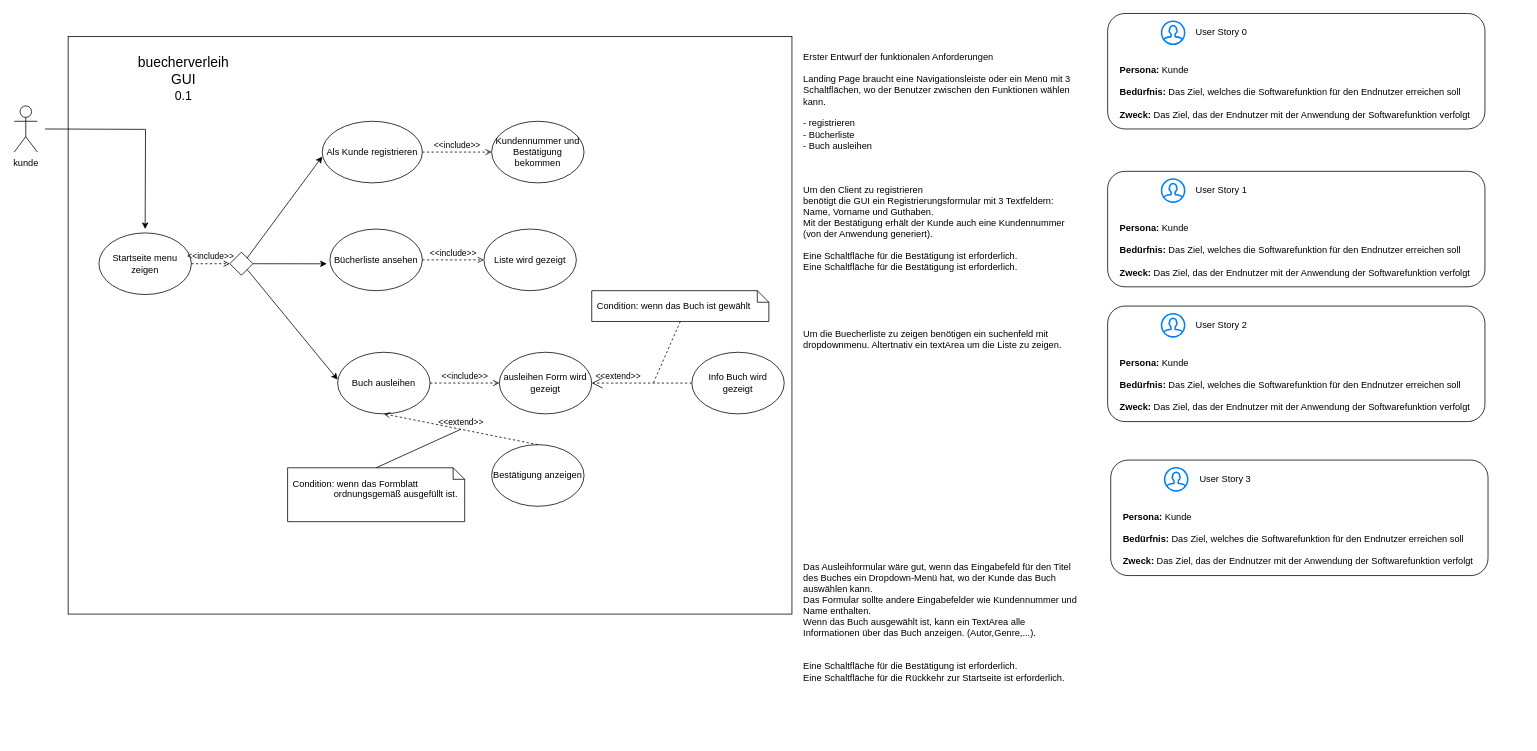
Before: Buechverleih.drawio in marcogara/WBS_60.1, a draw.io diagram. Source tidied: cells renumbered, new cells numbered last; positions are measured from the earlier drawing's top-left corner, leaving out a move shared by most shapes. Both pictures are drawn from the tidied source at 77%, with x=0, y=0 at pixel (14, 13).
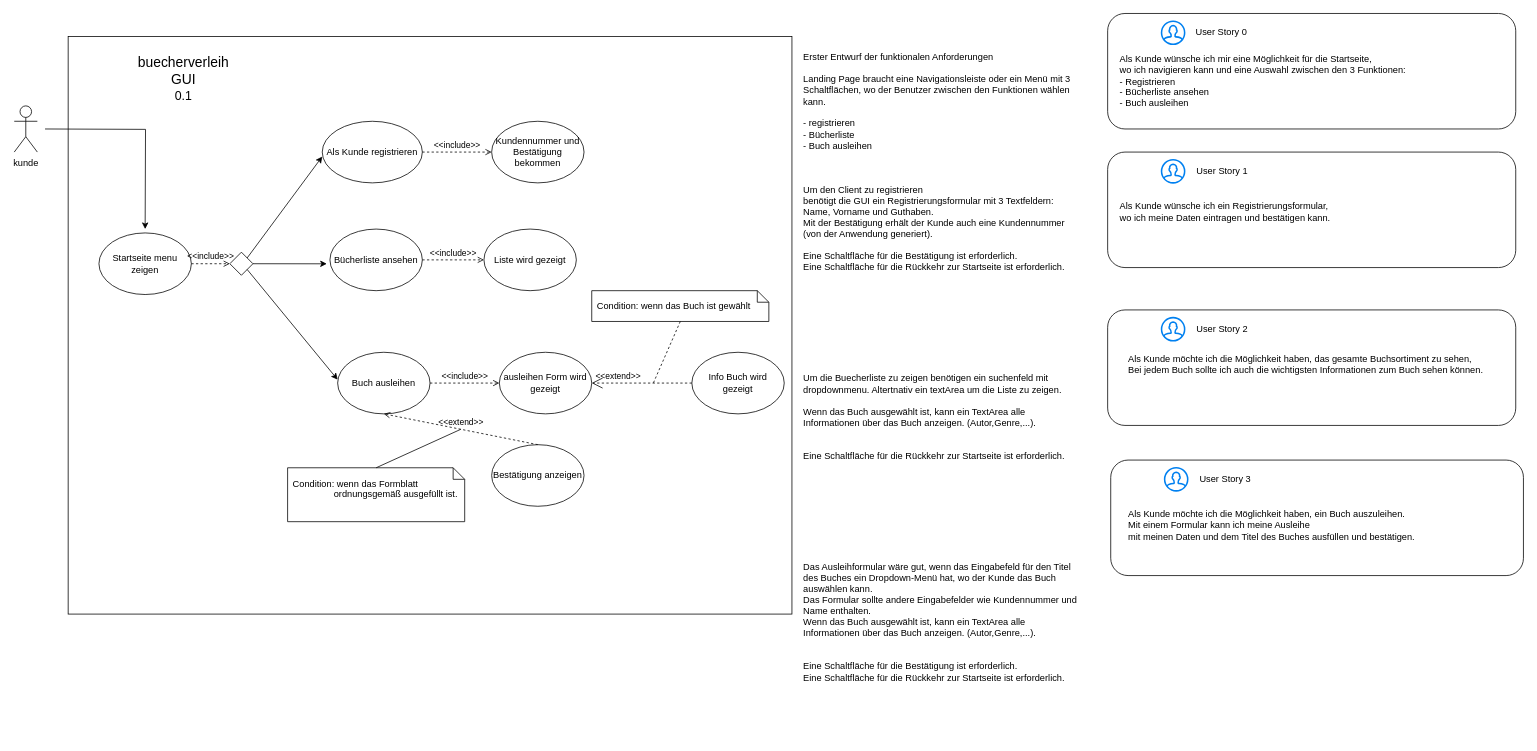
After the change.

Commit message (it also covers changes not shown here):
add jpeg update user story in Buechverleih Project

What changed in the source:
```diff
@@
     <mxCell id="2" style="rounded=1;whiteSpace=wrap;html=1;" parent="1" vertex="1">
-      <mxGeometry x="1420" width="490" height="150" as="geometry" />
+      <mxGeometry x="1420" width="530" height="150" as="geometry" />
     </mxCell>
@@
-    <mxCell id="15" value="&lt;div&gt;Erster Entwurf der funktionalen Anforderungen&lt;/div&gt;&lt;div&gt;&lt;br&gt;&lt;/div&gt;&lt;div&gt;Landing Page braucht eine Navigationsleiste oder ein Menü mit 3 Schaltflächen, wo der Benutzer zwischen den Funktionen wählen kann.&lt;br&gt;&lt;br&gt;&lt;/div&gt;&lt;div&gt;- registrieren &lt;br&gt;&lt;/div&gt;&lt;div&gt;- Bücherliste &lt;br&gt;&lt;/div&gt;&lt;div&gt;- Buch ausleihen &lt;br&gt;&lt;/div&gt;&lt;div&gt;&lt;br&gt;&lt;/div&gt;&lt;br&gt;&lt;div&gt;&lt;br&gt;&lt;/div&gt;&lt;div&gt;Um den Client zu registrieren&lt;/div&gt;benötigt die GUI ein Registrierungsformular mit 3 Textfeldern: Name, Vorname und Guthaben.&lt;br&gt;&lt;div&gt;Mit der Bestätigung erhält der Kunde auch eine Kundennummer (von der Anwendung generiert).&lt;/div&gt;&lt;div&gt;&lt;br&gt;&lt;/div&gt;&lt;div&gt;Eine Schaltfläche für die Bestätigung ist erforderlich.&lt;/div&gt;&lt;div&gt;Eine Schaltfläche für die Bestätigung ist erforderlich.&lt;/div&gt;&lt;br&gt;&lt;br&gt;&lt;div&gt;&lt;br&gt;&lt;/div&gt;&lt;div&gt;&lt;br&gt;&lt;/div&gt;&lt;div&gt;&lt;br&gt;&lt;/div&gt;&lt;div&gt;Um die Buecherliste zu zeigen benötigen ein suchenfeld mit dropdownmenu. Altertnativ ein textArea um die Liste zu zeigen. &lt;br&gt;&lt;/div&gt;&lt;div&gt;&lt;br&gt;&lt;/div&gt;&lt;div&gt;&lt;br&gt;&lt;/div&gt;&lt;div&gt;&lt;br&gt;&lt;/div&gt;&lt;div&gt;&lt;br&gt;&lt;/div&gt;&lt;div&gt;&lt;br&gt;&lt;/div&gt;&lt;div&gt;&lt;br&gt;&lt;/div&gt;&lt;div&gt;&lt;br&gt;&lt;/div&gt;&lt;div&gt;&lt;br&gt;&lt;/div&gt;&lt;div&gt;&lt;br&gt;&lt;/div&gt;&lt;div&gt;&lt;br&gt;&lt;/div&gt;&lt;div&gt;&lt;br&gt;&lt;/div&gt;&lt;div&gt;&lt;br&gt;&lt;/div&gt;&lt;div&gt;&lt;br&gt;&lt;/div&gt;&lt;div&gt;&lt;br&gt;&lt;/div&gt;&lt;div&gt;&lt;br&gt;&lt;/div&gt;&lt;div&gt;&lt;br&gt;&lt;/div&gt;&lt;div&gt;&lt;br&gt;&lt;/div&gt;&lt;div&gt;&lt;br&gt;&lt;/div&gt;&lt;div&gt;&lt;br&gt;&lt;/div&gt;Das Ausleihformular wäre gut, wenn das Eingabefeld für den Titel des Buches ein Dropdown-Menü hat, wo der Kunde das Buch auswählen kann.&lt;br&gt;Das Formular sollte andere Eingabefelder wie Kundennummer und Name enthalten.&lt;br&gt;&lt;div&gt;Wenn das Buch ausgewählt ist, kann ein TextArea alle Informationen über das Buch anzeigen. (Autor,Genre,...).&lt;/div&gt;&lt;br&gt;&lt;div&gt;&lt;br&gt;&lt;/div&gt;&lt;div&gt;Eine Schaltfläche für die Bestätigung ist erforderlich.&lt;/div&gt;&lt;div&gt;Eine Schaltfläche für die Rückkehr zur Startseite ist erforderlich.&lt;br&gt;&lt;br&gt;&lt;br&gt;&lt;br&gt;&lt;br&gt;&lt;br&gt;&lt;/div&gt;" style="text;html=1;strokeColor=none;fillColor=none;spacing=5;spacingTop=-20;whiteSpace=wrap;overflow=hidden;rounded=0;" parent="1" vertex="1">
+    <mxCell id="15" value="&lt;div&gt;Erster Entwurf der funktionalen Anforderungen&lt;/div&gt;&lt;div&gt;&lt;br&gt;&lt;/div&gt;&lt;div&gt;Landing Page braucht eine Navigationsleiste oder ein Menü mit 3 Schaltflächen, wo der Benutzer zwischen den Funktionen wählen kann.&lt;br&gt;&lt;br&gt;&lt;/div&gt;&lt;div&gt;- registrieren &lt;br&gt;&lt;/div&gt;&lt;div&gt;- Bücherliste &lt;br&gt;&lt;/div&gt;&lt;div&gt;- Buch ausleihen &lt;br&gt;&lt;/div&gt;&lt;div&gt;&lt;br&gt;&lt;/div&gt;&lt;br&gt;&lt;div&gt;&lt;br&gt;&lt;/div&gt;&lt;div&gt;Um den Client zu registrieren&lt;/div&gt;benötigt die GUI ein Registrierungsformular mit 3 Textfeldern: Name, Vorname und Guthaben.&lt;br&gt;&lt;div&gt;Mit der Bestätigung erhält der Kunde auch eine Kundennummer (von der Anwendung generiert).&lt;/div&gt;&lt;div&gt;&lt;br&gt;&lt;/div&gt;&lt;div&gt;Eine Schaltfläche für die Bestätigung ist erforderlich.&lt;/div&gt;&lt;div&gt;Eine Schaltfläche für die Rückkehr zur Startseite ist erforderlich.&lt;/div&gt;&lt;br&gt;&lt;br&gt;&lt;div&gt;&lt;br&gt;&lt;/div&gt;&lt;div&gt;&lt;br&gt;&lt;/div&gt;&lt;div&gt;&lt;br&gt;&lt;/div&gt;&lt;div&gt;&lt;br&gt;&lt;/div&gt;&lt;div&gt;&lt;br&gt;&lt;/div&gt;&lt;div&gt;&lt;br&gt;&lt;/div&gt;&lt;div&gt;&lt;br&gt;&lt;/div&gt;&lt;div&gt;Um die Buecherliste zu zeigen benötigen ein suchenfeld mit dropdownmenu. Altertnativ ein textArea um die Liste zu zeigen. &lt;br&gt;&lt;/div&gt;&lt;div&gt;&lt;br&gt;&lt;/div&gt;&lt;div&gt;Wenn das Buch ausgewählt ist, kann ein TextArea alle Informationen über das Buch anzeigen. (Autor,Genre,...).&lt;/div&gt;&lt;div&gt;&lt;br&gt;&lt;/div&gt;&lt;div&gt;&lt;br&gt;&lt;/div&gt;&lt;div&gt;Eine Schaltfläche für die Rückkehr zur Startseite ist erforderlich.&lt;/div&gt;&lt;div&gt;&lt;br&gt;&lt;/div&gt;&lt;div&gt;&lt;br&gt;&lt;/div&gt;&lt;div&gt;&lt;br&gt;&lt;/div&gt;&lt;div&gt;&lt;br&gt;&lt;/div&gt;&lt;div&gt;&lt;br&gt;&lt;/div&gt;&lt;div&gt;&lt;br&gt;&lt;/div&gt;&lt;div&gt;&lt;br&gt;&lt;/div&gt;&lt;div&gt;&lt;br&gt;&lt;/div&gt;&lt;div&gt;&lt;br&gt;&lt;/div&gt;Das Ausleihformular wäre gut, wenn das Eingabefeld für den Titel des Buches ein Dropdown-Menü hat, wo der Kunde das Buch auswählen kann.&lt;br&gt;Das Formular sollte andere Eingabefelder wie Kundennummer und Name enthalten.&lt;br&gt;&lt;div&gt;Wenn das Buch ausgewählt ist, kann ein TextArea alle Informationen über das Buch anzeigen. (Autor,Genre,...).&lt;/div&gt;&lt;br&gt;&lt;div&gt;&lt;br&gt;&lt;/div&gt;&lt;div&gt;Eine Schaltfläche für die Bestätigung ist erforderlich.&lt;/div&gt;&lt;div&gt;Eine Schaltfläche für die Rückkehr zur Startseite ist erforderlich.&lt;br&gt;&lt;br&gt;&lt;br&gt;&lt;br&gt;&lt;br&gt;&lt;br&gt;&lt;/div&gt;" style="text;html=1;strokeColor=none;fillColor=none;spacing=5;spacingTop=-20;whiteSpace=wrap;overflow=hidden;rounded=0;" parent="1" vertex="1">
       <mxGeometry x="1020" y="60" width="370" height="880" as="geometry" />
     </mxCell>
@@
-    <mxCell id="33" value="&lt;div align=&quot;left&quot;&gt;&lt;b&gt;Persona: &lt;/b&gt;Kunde&lt;br&gt;&lt;/div&gt;&lt;div align=&quot;left&quot;&gt;&lt;br&gt;&lt;/div&gt;&lt;div align=&quot;left&quot;&gt;&lt;b&gt;Bedürfnis: &lt;/b&gt;Das Ziel, welches die Softwarefunktion für den Endnutzer erreichen soll&lt;/div&gt;&lt;div&gt;&lt;br&gt;&lt;/div&gt;&lt;div&gt;&lt;b&gt;Zweck: &lt;/b&gt;Das Ziel, das der Endnutzer mit der Anwendung der Softwarefunktion verfolgt&lt;/div&gt;&lt;div&gt;&lt;br&gt;&lt;/div&gt;" style="text;html=1;align=left;verticalAlign=middle;strokeColor=none;fillColor=none;" parent="1" vertex="1">
-      <mxGeometry x="1434" y="60" width="470" height="100" as="geometry" />
+    <mxCell id="33" value="&lt;div align=&quot;left&quot;&gt;&lt;br&gt;&lt;/div&gt;&lt;div&gt;&lt;br&gt;&lt;/div&gt;Als Kunde wünsche ich mir eine Möglichkeit für die Startseite,&lt;br&gt;wo ich navigieren kann und eine Auswahl zwischen den 3 Funktionen:&lt;br&gt;- Registrieren&lt;br&gt;- Bücherliste ansehen&lt;br&gt;- Buch ausleihen" style="text;html=1;align=left;verticalAlign=middle;strokeColor=none;fillColor=none;" parent="1" vertex="1">
+      <mxGeometry x="1434" y="19" width="390" height="110" as="geometry" />
     </mxCell>
-    <mxCell id="34" style="rounded=1;whiteSpace=wrap;html=1;" parent="1" vertex="1">
-      <mxGeometry x="1420" y="205" width="490" height="150" as="geometry" />
-    </mxCell>
-    <mxCell id="35" style="html=1;verticalLabelPosition=bottom;align=center;labelBackgroundColor=#ffffff;verticalAlign=top;strokeWidth=2;strokeColor=#0080F0;shadow=0;dashed=0;shape=mxgraph.ios7.icons.user;" parent="1" vertex="1">
-      <mxGeometry x="1490" y="215" width="30" height="30" as="geometry" />
-    </mxCell>
-    <mxCell id="36" value="&lt;div&gt;User Story 1&lt;br&gt;&lt;/div&gt;" style="text;html=1;strokeColor=none;fillColor=none;align=center;verticalAlign=middle;whiteSpace=wrap;rounded=0;" parent="1" vertex="1">
-      <mxGeometry x="1508" y="215" width="120" height="30" as="geometry" />
-    </mxCell>
-    <mxCell id="37" value="&lt;div align=&quot;left&quot;&gt;&lt;b&gt;Persona: &lt;/b&gt;Kunde&lt;br&gt;&lt;/div&gt;&lt;div align=&quot;left&quot;&gt;&lt;br&gt;&lt;/div&gt;&lt;div align=&quot;left&quot;&gt;&lt;b&gt;Bedürfnis: &lt;/b&gt;Das Ziel, welches die Softwarefunktion für den Endnutzer erreichen soll&lt;/div&gt;&lt;div&gt;&lt;br&gt;&lt;/div&gt;&lt;div&gt;&lt;b&gt;Zweck: &lt;/b&gt;Das Ziel, das der Endnutzer mit der Anwendung der Softwarefunktion verfolgt&lt;/div&gt;&lt;div&gt;&lt;br&gt;&lt;/div&gt;" style="text;html=1;align=left;verticalAlign=middle;strokeColor=none;fillColor=none;" parent="1" vertex="1">
-      <mxGeometry x="1434" y="265" width="470" height="100" as="geometry" />
-    </mxCell>
-    <mxCell id="38" style="rounded=1;whiteSpace=wrap;html=1;" parent="1" vertex="1">
-      <mxGeometry x="1420" y="380" width="490" height="150" as="geometry" />
-    </mxCell>
-    <mxCell id="39" style="html=1;verticalLabelPosition=bottom;align=center;labelBackgroundColor=#ffffff;verticalAlign=top;strokeWidth=2;strokeColor=#0080F0;shadow=0;dashed=0;shape=mxgraph.ios7.icons.user;" parent="1" vertex="1">
-      <mxGeometry x="1490" y="390" width="30" height="30" as="geometry" />
-    </mxCell>
-    <mxCell id="40" value="&lt;div&gt;User Story 2&lt;br&gt;&lt;/div&gt;" style="text;html=1;strokeColor=none;fillColor=none;align=center;verticalAlign=middle;whiteSpace=wrap;rounded=0;" parent="1" vertex="1">
-      <mxGeometry x="1508" y="390" width="120" height="30" as="geometry" />
-    </mxCell>
-    <mxCell id="41" value="&lt;div align=&quot;left&quot;&gt;&lt;b&gt;Persona: &lt;/b&gt;Kunde&lt;br&gt;&lt;/div&gt;&lt;div align=&quot;left&quot;&gt;&lt;br&gt;&lt;/div&gt;&lt;div align=&quot;left&quot;&gt;&lt;b&gt;Bedürfnis: &lt;/b&gt;Das Ziel, welches die Softwarefunktion für den Endnutzer erreichen soll&lt;/div&gt;&lt;div&gt;&lt;br&gt;&lt;/div&gt;&lt;div&gt;&lt;b&gt;Zweck: &lt;/b&gt;Das Ziel, das der Endnutzer mit der Anwendung der Softwarefunktion verfolgt&lt;/div&gt;&lt;div&gt;&lt;br&gt;&lt;/div&gt;" style="text;html=1;align=left;verticalAlign=middle;strokeColor=none;fillColor=none;" parent="1" vertex="1">
-      <mxGeometry x="1434" y="440" width="470" height="100" as="geometry" />
-    </mxCell>
     <mxCell id="42" style="rounded=1;whiteSpace=wrap;html=1;" parent="1" vertex="1">
-      <mxGeometry x="1424" y="580" width="490" height="150" as="geometry" />
+      <mxGeometry x="1424" y="580" width="536" height="150" as="geometry" />
     </mxCell>
@@
-    <mxCell id="45" value="&lt;div align=&quot;left&quot;&gt;&lt;b&gt;Persona: &lt;/b&gt;Kunde&lt;br&gt;&lt;/div&gt;&lt;div align=&quot;left&quot;&gt;&lt;br&gt;&lt;/div&gt;&lt;div align=&quot;left&quot;&gt;&lt;b&gt;Bedürfnis: &lt;/b&gt;Das Ziel, welches die Softwarefunktion für den Endnutzer erreichen soll&lt;/div&gt;&lt;div&gt;&lt;br&gt;&lt;/div&gt;&lt;div&gt;&lt;b&gt;Zweck: &lt;/b&gt;Das Ziel, das der Endnutzer mit der Anwendung der Softwarefunktion verfolgt&lt;/div&gt;&lt;div&gt;&lt;br&gt;&lt;/div&gt;" style="text;html=1;align=left;verticalAlign=middle;strokeColor=none;fillColor=none;" parent="1" vertex="1">
-      <mxGeometry x="1438" y="640" width="470" height="100" as="geometry" />
-    </mxCell>
+    <mxCell id="46" style="rounded=1;whiteSpace=wrap;html=1;" parent="1" vertex="1">
+      <mxGeometry x="1420" y="180" width="530" height="150" as="geometry" />
+    </mxCell>
+    <mxCell id="47" style="html=1;verticalLabelPosition=bottom;align=center;labelBackgroundColor=#ffffff;verticalAlign=top;strokeWidth=2;strokeColor=#0080F0;shadow=0;dashed=0;shape=mxgraph.ios7.icons.user;" parent="1" vertex="1">
+      <mxGeometry x="1490" y="190" width="30" height="30" as="geometry" />
+    </mxCell>
+    <mxCell id="36" value="&lt;div&gt;User Story 1&lt;/div&gt;" style="text;html=1;strokeColor=none;fillColor=none;align=center;verticalAlign=middle;whiteSpace=wrap;rounded=0;" parent="1" vertex="1">
+      <mxGeometry x="1509" y="190" width="120" height="30" as="geometry" />
+    </mxCell>
+    <mxCell id="48" value="Als Kunde wünsche ich ein Registrierungsformular,&lt;br&gt;wo ich meine Daten eintragen und bestätigen kann." style="text;html=1;align=left;verticalAlign=middle;strokeColor=none;fillColor=none;" parent="1" vertex="1">
+      <mxGeometry x="1434" y="238" width="290" height="40" as="geometry" />
+    </mxCell>
+    <mxCell id="49" style="rounded=1;whiteSpace=wrap;html=1;" parent="1" vertex="1">
+      <mxGeometry x="1420" y="385" width="530" height="150" as="geometry" />
+    </mxCell>
+    <mxCell id="50" style="html=1;verticalLabelPosition=bottom;align=center;labelBackgroundColor=#ffffff;verticalAlign=top;strokeWidth=2;strokeColor=#0080F0;shadow=0;dashed=0;shape=mxgraph.ios7.icons.user;" parent="1" vertex="1">
+      <mxGeometry x="1490" y="395" width="30" height="30" as="geometry" />
+    </mxCell>
+    <mxCell id="40" value="&lt;div&gt;User Story 2&lt;br&gt;&lt;/div&gt;" style="text;html=1;strokeColor=none;fillColor=none;align=center;verticalAlign=middle;whiteSpace=wrap;rounded=0;" parent="1" vertex="1">
+      <mxGeometry x="1509" y="395" width="120" height="30" as="geometry" />
+    </mxCell>
+    <mxCell id="51" value="Als Kunde möchte ich die Möglichkeit haben, das gesamte Buchsortiment zu sehen,&lt;br&gt;Bei jedem Buch sollte ich auch die wichtigsten Informationen zum Buch sehen können.&lt;br&gt;&lt;br&gt;&lt;br&gt;" style="text;html=1;align=left;verticalAlign=middle;strokeColor=none;fillColor=none;" parent="1" vertex="1">
+      <mxGeometry x="1445" y="435" width="480" height="70" as="geometry" />
+    </mxCell>
+    <mxCell id="52" value="&lt;div&gt;Als Kunde möchte ich die Möglichkeit haben, ein Buch auszuleihen.&lt;/div&gt;&lt;div&gt;Mit einem Formular kann ich meine Ausleihe&lt;/div&gt;mit meinen Daten und dem Titel des Buches ausfüllen und bestätigen." style="text;html=1;align=left;verticalAlign=middle;strokeColor=none;fillColor=none;" parent="1" vertex="1">
+      <mxGeometry x="1445" y="635" width="390" height="60" as="geometry" />
+    </mxCell>
```
